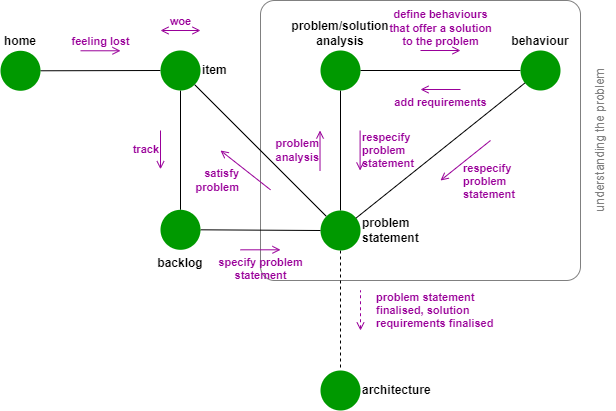
This is docs/_images/problem-analysis-flow.png from lifespline/agile, a draw.io export, as it was before one commit. Source tidied: cells renumbered, new cells last; positions are measured from the earlier drawing's top-left corner, leaving out a move shared by most shapes. Its diagram source:
```xml
<mxGraphModel>
  <root>
    <mxCell id="0" />
    <mxCell id="1" parent="0" />
    <mxCell id="2" style="rounded=1;whiteSpace=wrap;html=1;fontColor=#FFFF00;fillColor=default;strokeColor=#808080;arcSize=5;" parent="1" vertex="1">
      <mxGeometry x="260" width="320" height="280" as="geometry" />
    </mxCell>
    <mxCell id="3" style="edgeStyle=none;html=1;endArrow=none;endFill=0;fontStyle=1;" parent="1" edge="1" source="4" target="6">
      <mxGeometry relative="1" as="geometry" />
    </mxCell>
    <mxCell id="4" value="&lt;b&gt;home&lt;/b&gt;" style="ellipse;whiteSpace=wrap;html=1;strokeColor=none;fillColor=#009900;verticalAlign=bottom;labelPosition=center;verticalLabelPosition=top;align=center;" parent="1" vertex="1">
      <mxGeometry y="50.3" width="40" height="40" as="geometry" />
    </mxCell>
    <mxCell id="5" style="edgeStyle=none;html=1;endArrow=none;endFill=0;fontStyle=1;" parent="1" edge="1" source="6" target="27">
      <mxGeometry relative="1" as="geometry" />
    </mxCell>
    <mxCell id="6" value="&lt;b&gt;item&lt;/b&gt;" style="ellipse;whiteSpace=wrap;html=1;strokeColor=none;fillColor=#009900;verticalAlign=middle;labelPosition=right;verticalLabelPosition=middle;align=left;" parent="1" vertex="1">
      <mxGeometry x="160" y="50" width="40" height="40" as="geometry" />
    </mxCell>
    <mxCell id="7" style="edgeStyle=none;html=1;endArrow=none;endFill=0;fontStyle=1;" parent="1" edge="1" source="10" target="12">
      <mxGeometry relative="1" as="geometry" />
    </mxCell>
    <mxCell id="8" style="edgeStyle=none;html=1;endArrow=none;endFill=0;dashed=1;fontStyle=1;" parent="1" edge="1" source="10" target="15">
      <mxGeometry relative="1" as="geometry" />
    </mxCell>
    <mxCell id="9" style="edgeStyle=none;html=1;startArrow=none;startFill=0;endArrow=none;endFill=0;" parent="1" edge="1" source="10" target="6">
      <mxGeometry relative="1" as="geometry" />
    </mxCell>
    <mxCell id="10" value="&lt;b&gt;problem&lt;br&gt;statement&lt;br&gt;&lt;/b&gt;" style="ellipse;whiteSpace=wrap;html=1;strokeColor=none;fillColor=#009900;verticalAlign=middle;labelPosition=right;verticalLabelPosition=middle;align=left;" parent="1" vertex="1">
      <mxGeometry x="320" y="210" width="40" height="40" as="geometry" />
    </mxCell>
    <mxCell id="11" style="edgeStyle=none;html=1;endArrow=none;endFill=0;fontStyle=1;" parent="1" edge="1" source="12" target="14">
      <mxGeometry relative="1" as="geometry" />
    </mxCell>
    <mxCell id="12" value="&lt;b&gt;problem/solution&lt;br&gt;analysis&lt;br&gt;&lt;/b&gt;" style="ellipse;whiteSpace=wrap;html=1;strokeColor=none;fillColor=#009900;verticalAlign=bottom;labelPosition=center;verticalLabelPosition=top;align=center;" parent="1" vertex="1">
      <mxGeometry x="320" y="50" width="40" height="40" as="geometry" />
    </mxCell>
    <mxCell id="13" style="edgeStyle=none;html=1;endArrow=none;endFill=0;fontStyle=1;" parent="1" edge="1" source="14" target="10">
      <mxGeometry relative="1" as="geometry" />
    </mxCell>
    <mxCell id="14" value="&lt;b&gt;behaviour&lt;br&gt;&lt;/b&gt;" style="ellipse;whiteSpace=wrap;html=1;strokeColor=none;fillColor=#009900;verticalAlign=bottom;labelPosition=center;verticalLabelPosition=top;align=center;" parent="1" vertex="1">
      <mxGeometry x="520" y="50" width="40" height="40" as="geometry" />
    </mxCell>
    <mxCell id="15" value="&lt;b&gt;architecture&lt;br&gt;&lt;/b&gt;" style="ellipse;whiteSpace=wrap;html=1;strokeColor=none;fillColor=#009900;verticalAlign=middle;labelPosition=right;verticalLabelPosition=middle;align=left;" parent="1" vertex="1">
      <mxGeometry x="320" y="370" width="40" height="40" as="geometry" />
    </mxCell>
    <mxCell id="16" value="feeling lost" style="endArrow=open;html=1;endFill=0;verticalAlign=bottom;labelBackgroundColor=none;fontColor=#990099;strokeColor=#990099;fontStyle=1;" parent="1" edge="1">
      <mxGeometry relative="1" as="geometry">
        <mxPoint x="80" y="50.3" as="sourcePoint" />
        <mxPoint x="120" y="50.3" as="targetPoint" />
      </mxGeometry>
    </mxCell>
    <mxCell id="17" value="woe" style="endArrow=open;html=1;endFill=0;verticalAlign=bottom;labelBackgroundColor=none;fontColor=#990099;strokeColor=#990099;startArrow=open;startFill=0;fontStyle=1;labelPosition=center;verticalLabelPosition=top;align=center;" parent="1" edge="1">
      <mxGeometry relative="1" as="geometry">
        <mxPoint x="160" y="30" as="sourcePoint" />
        <mxPoint x="200" y="30" as="targetPoint" />
      </mxGeometry>
    </mxCell>
    <mxCell id="18" value="track" style="endArrow=open;html=1;endFill=0;verticalAlign=middle;labelBackgroundColor=none;fontColor=#990099;strokeColor=#990099;fontStyle=1;labelPosition=left;verticalLabelPosition=middle;align=right;" parent="1" edge="1">
      <mxGeometry relative="1" as="geometry">
        <mxPoint x="160" y="130" as="sourcePoint" />
        <mxPoint x="160" y="168.7" as="targetPoint" />
      </mxGeometry>
    </mxCell>
    <mxCell id="19" value="understanding the problem" style="text;html=1;strokeColor=none;fillColor=none;align=center;verticalAlign=middle;whiteSpace=wrap;rounded=0;dashed=1;fontColor=#808080;rotation=-90;" parent="1" vertex="1">
      <mxGeometry x="520" y="125" width="160" height="30" as="geometry" />
    </mxCell>
    <mxCell id="20" value="specify&amp;nbsp;problem&lt;br&gt;statement" style="endArrow=open;html=1;endFill=0;verticalAlign=top;labelBackgroundColor=none;fontColor=#990099;strokeColor=#990099;startArrow=none;startFill=0;labelPosition=center;verticalLabelPosition=bottom;align=center;fontStyle=1;" parent="1" edge="1">
      <mxGeometry relative="1" as="geometry">
        <mxPoint x="240" y="249.3" as="sourcePoint" />
        <mxPoint x="280" y="249.3" as="targetPoint" />
      </mxGeometry>
    </mxCell>
    <mxCell id="21" value="problem&lt;br&gt;analysis" style="endArrow=open;html=1;endFill=0;verticalAlign=middle;labelBackgroundColor=none;fontColor=#990099;strokeColor=#990099;labelPosition=left;verticalLabelPosition=middle;align=right;fontStyle=1;" parent="1" edge="1">
      <mxGeometry relative="1" as="geometry">
        <mxPoint x="319.5" y="170" as="sourcePoint" />
        <mxPoint x="319.5" y="130" as="targetPoint" />
      </mxGeometry>
    </mxCell>
    <mxCell id="22" value="define behaviours&lt;br&gt;that offer a solution&lt;br&gt;to the problem" style="endArrow=open;html=1;endFill=0;verticalAlign=bottom;labelBackgroundColor=none;fontColor=#990099;strokeColor=#990099;fontStyle=1;" parent="1" edge="1">
      <mxGeometry relative="1" as="geometry">
        <mxPoint x="420" y="50" as="sourcePoint" />
        <mxPoint x="460" y="50" as="targetPoint" />
      </mxGeometry>
    </mxCell>
    <mxCell id="23" value="respecify&lt;br&gt;problem&amp;nbsp;&lt;br&gt;statement" style="endArrow=none;html=1;endFill=0;verticalAlign=middle;labelBackgroundColor=none;fontColor=#990099;strokeColor=#990099;labelPosition=right;verticalLabelPosition=middle;align=left;startArrow=open;startFill=0;fontStyle=1;" parent="1" edge="1">
      <mxGeometry relative="1" as="geometry">
        <mxPoint x="359.6" y="170" as="sourcePoint" />
        <mxPoint x="359.6" y="130" as="targetPoint" />
      </mxGeometry>
    </mxCell>
    <mxCell id="24" value="respecify&lt;br&gt;problem&amp;nbsp;&lt;br&gt;statement" style="endArrow=none;html=1;endFill=0;verticalAlign=middle;labelBackgroundColor=none;fontColor=#990099;strokeColor=#990099;labelPosition=right;verticalLabelPosition=middle;align=left;startArrow=open;startFill=0;fontStyle=1;" parent="1" edge="1">
      <mxGeometry x="-0.5" y="-14" relative="1" as="geometry">
        <mxPoint x="440" y="180" as="sourcePoint" />
        <mxPoint x="490" y="140" as="targetPoint" />
      </mxGeometry>
    </mxCell>
    <mxCell id="25" value="problem statement&lt;br&gt;finalised, solution&lt;br&gt;requirements finalised" style="endArrow=none;html=1;endFill=0;verticalAlign=middle;labelBackgroundColor=none;fontColor=#990099;strokeColor=#990099;labelPosition=right;verticalLabelPosition=middle;align=left;startArrow=open;startFill=0;dashed=1;fontStyle=1;" parent="1" edge="1">
      <mxGeometry y="-14" relative="1" as="geometry">
        <mxPoint x="360" y="330" as="sourcePoint" />
        <mxPoint x="360" y="290" as="targetPoint" />
      </mxGeometry>
    </mxCell>
    <mxCell id="26" style="edgeStyle=none;html=1;endArrow=none;endFill=0;" parent="1" edge="1" source="27" target="10">
      <mxGeometry relative="1" as="geometry" />
    </mxCell>
    <mxCell id="27" value="&lt;b&gt;backlog&lt;/b&gt;" style="ellipse;whiteSpace=wrap;html=1;strokeColor=none;fillColor=#009900;verticalAlign=top;labelPosition=center;verticalLabelPosition=bottom;align=center;" parent="1" vertex="1">
      <mxGeometry x="160" y="209.3" width="40" height="40" as="geometry" />
    </mxCell>
    <mxCell id="28" value="add requirements" style="endArrow=none;html=1;endFill=0;verticalAlign=top;labelBackgroundColor=none;fontColor=#990099;strokeColor=#990099;startArrow=open;startFill=0;labelPosition=center;verticalLabelPosition=bottom;align=center;fontStyle=1;" parent="1" edge="1">
      <mxGeometry relative="1" as="geometry">
        <mxPoint x="420" y="89" as="sourcePoint" />
        <mxPoint x="460" y="89" as="targetPoint" />
      </mxGeometry>
    </mxCell>
    <mxCell id="29" value="satisfy&lt;br&gt;problem" style="endArrow=none;html=1;endFill=0;verticalAlign=middle;labelBackgroundColor=none;fontColor=#990099;strokeColor=#990099;labelPosition=left;verticalLabelPosition=middle;align=right;startArrow=open;startFill=0;fontStyle=1;" parent="1" edge="1">
      <mxGeometry x="0.08" y="-11" relative="1" as="geometry">
        <mxPoint x="220" y="150" as="sourcePoint" />
        <mxPoint x="270" y="189.3" as="targetPoint" />
      </mxGeometry>
    </mxCell>
  </root>
</mxGraphModel>
```
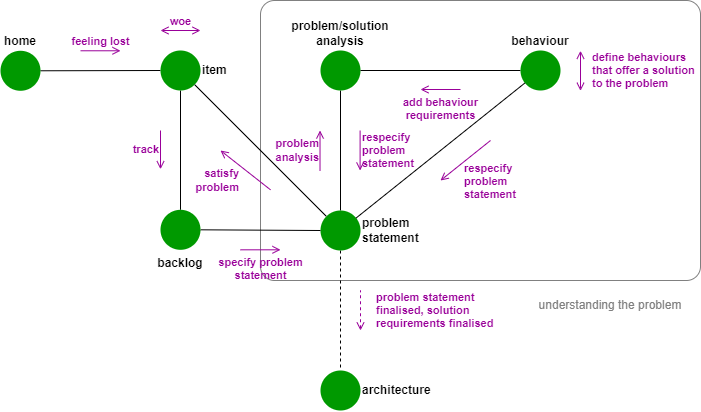
After the commit.

Commit message:
doc: improve problem analysis diagram

Diff of the diagram source:
```diff
@@ -3,7 +3,7 @@
     <mxCell id="0" />
     <mxCell id="1" parent="0" />
     <mxCell id="2" style="rounded=1;whiteSpace=wrap;html=1;fontColor=#FFFF00;fillColor=default;strokeColor=#808080;arcSize=5;" parent="1" vertex="1">
-      <mxGeometry x="260" width="320" height="280" as="geometry" />
+      <mxGeometry x="260" width="440" height="280" as="geometry" />
     </mxCell>
     <mxCell id="3" style="edgeStyle=none;html=1;endArrow=none;endFill=0;fontStyle=1;" parent="1" edge="1" source="4" target="6">
       <mxGeometry relative="1" as="geometry" />
@@ -62,8 +62,8 @@
         <mxPoint x="160" y="168.7" as="targetPoint" />
       </mxGeometry>
     </mxCell>
-    <mxCell id="19" value="understanding the problem" style="text;html=1;strokeColor=none;fillColor=none;align=center;verticalAlign=middle;whiteSpace=wrap;rounded=0;dashed=1;fontColor=#808080;rotation=-90;" parent="1" vertex="1">
-      <mxGeometry x="520" y="125" width="160" height="30" as="geometry" />
+    <mxCell id="19" value="understanding the problem" style="text;html=1;strokeColor=none;fillColor=none;align=center;verticalAlign=middle;whiteSpace=wrap;rounded=0;dashed=1;fontColor=#808080;rotation=0;" parent="1" vertex="1">
+      <mxGeometry x="530" y="290" width="160" height="30" as="geometry" />
     </mxCell>
     <mxCell id="20" value="specify&amp;nbsp;problem&lt;br&gt;statement" style="endArrow=open;html=1;endFill=0;verticalAlign=top;labelBackgroundColor=none;fontColor=#990099;strokeColor=#990099;startArrow=none;startFill=0;labelPosition=center;verticalLabelPosition=bottom;align=center;fontStyle=1;" parent="1" edge="1">
       <mxGeometry relative="1" as="geometry">
@@ -77,10 +77,10 @@
         <mxPoint x="319.5" y="130" as="targetPoint" />
       </mxGeometry>
     </mxCell>
-    <mxCell id="22" value="define behaviours&lt;br&gt;that offer a solution&lt;br&gt;to the problem" style="endArrow=open;html=1;endFill=0;verticalAlign=bottom;labelBackgroundColor=none;fontColor=#990099;strokeColor=#990099;fontStyle=1;" parent="1" edge="1">
-      <mxGeometry relative="1" as="geometry">
-        <mxPoint x="420" y="50" as="sourcePoint" />
-        <mxPoint x="460" y="50" as="targetPoint" />
+    <mxCell id="22" value="define behaviours&lt;br&gt;that offer a solution&lt;br&gt;to the problem" style="endArrow=open;html=1;endFill=0;verticalAlign=middle;labelBackgroundColor=none;fontColor=#990099;strokeColor=#990099;fontStyle=1;labelPosition=right;verticalLabelPosition=middle;align=left;startArrow=open;startFill=0;" parent="1" edge="1">
+      <mxGeometry y="10" relative="1" as="geometry">
+        <mxPoint x="580" y="50.3" as="sourcePoint" />
+        <mxPoint x="580" y="90.3" as="targetPoint" />
       </mxGeometry>
     </mxCell>
     <mxCell id="23" value="respecify&lt;br&gt;problem&amp;nbsp;&lt;br&gt;statement" style="endArrow=none;html=1;endFill=0;verticalAlign=middle;labelBackgroundColor=none;fontColor=#990099;strokeColor=#990099;labelPosition=right;verticalLabelPosition=middle;align=left;startArrow=open;startFill=0;fontStyle=1;" parent="1" edge="1">
@@ -107,7 +107,7 @@
     <mxCell id="27" value="&lt;b&gt;backlog&lt;/b&gt;" style="ellipse;whiteSpace=wrap;html=1;strokeColor=none;fillColor=#009900;verticalAlign=top;labelPosition=center;verticalLabelPosition=bottom;align=center;" parent="1" vertex="1">
       <mxGeometry x="160" y="209.3" width="40" height="40" as="geometry" />
     </mxCell>
-    <mxCell id="28" value="add requirements" style="endArrow=none;html=1;endFill=0;verticalAlign=top;labelBackgroundColor=none;fontColor=#990099;strokeColor=#990099;startArrow=open;startFill=0;labelPosition=center;verticalLabelPosition=bottom;align=center;fontStyle=1;" parent="1" edge="1">
+    <mxCell id="28" value="add behaviour&lt;br&gt;requirements" style="endArrow=none;html=1;endFill=0;verticalAlign=top;labelBackgroundColor=none;fontColor=#990099;strokeColor=#990099;startArrow=open;startFill=0;labelPosition=center;verticalLabelPosition=bottom;align=center;fontStyle=1;" parent="1" edge="1">
       <mxGeometry relative="1" as="geometry">
         <mxPoint x="420" y="89" as="sourcePoint" />
         <mxPoint x="460" y="89" as="targetPoint" />
```
